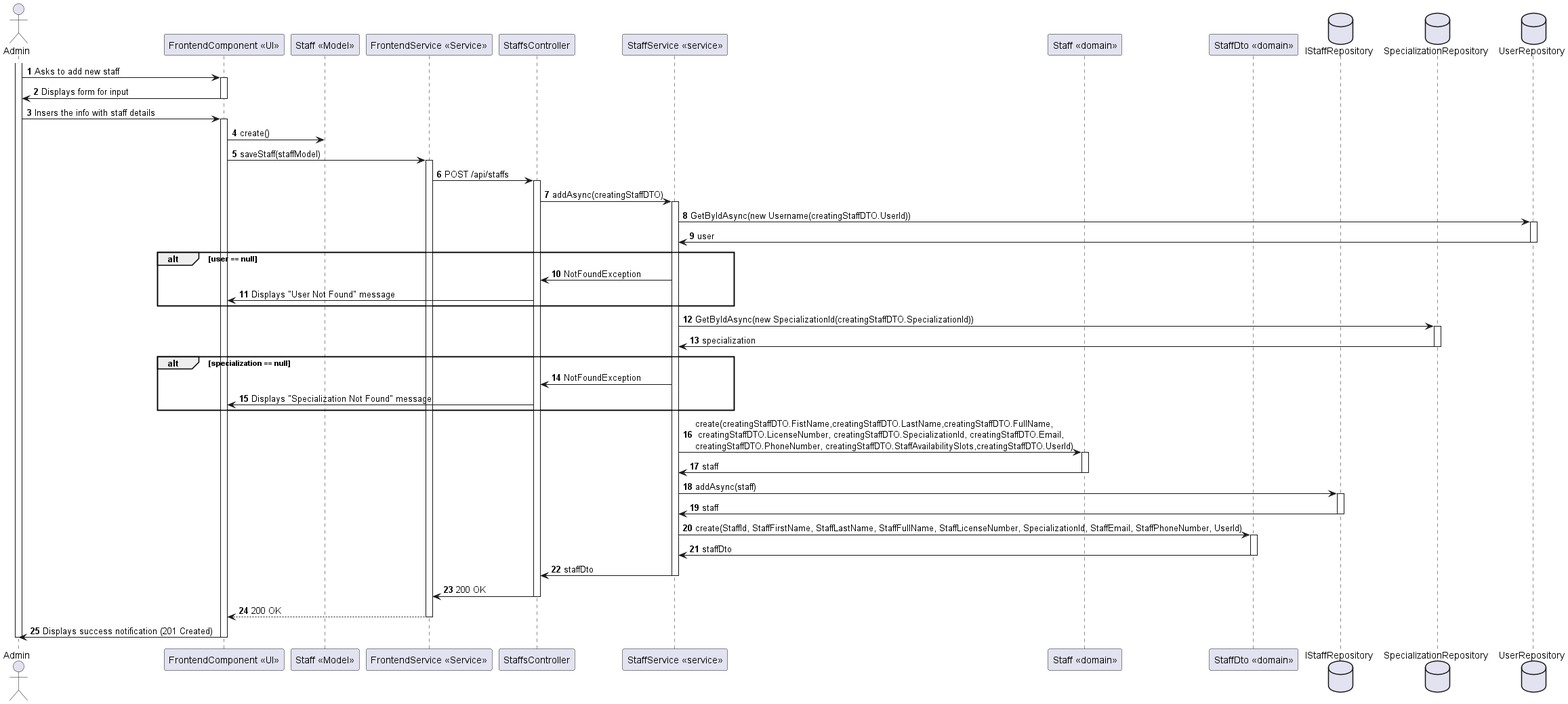
Earlier version of the PlantUML export docs/StaffProfileCreate/views/level3/process-view2.png (Lapr5G21/sem5pi-24-25-3ddg21). Its diagram source:
```plantuml
@startuml
autonumber
actor Admin as "Admin"
participant Frontend as "FrontendComponent <<UI>>"
participant StaffModel as "Staff <<Model>>"
participant FrontendService as "FrontendService <<Service>>"
participant CTRL as "StaffsController"
participant SERVICE as "StaffService <<service>>"
participant Staff as "Staff <<domain>>"
participant StaffDTO as "StaffDto <<domain>>"
database UserRepository as "UserRepository"
database SpecializationRepository as "SpecializationRepository"
database IStaffRepository as "IStaffRepository"
database SpecializationRepository as "SpecializationRepository"
database UserRepository as "UserRepository"

activate Admin

Admin -> Frontend : Asks to add new staff

activate Frontend
Frontend -> Admin : Displays form for input
deactivate Frontend

Admin -> Frontend : Insers the info with staff details

activate Frontend

Frontend ->  StaffModel : create()

Frontend -> FrontendService : saveStaff(staffModel)

activate FrontendService
FrontendService -> CTRL : POST /api/staffs

activate CTRL

CTRL -> SERVICE : addAsync(creatingStaffDTO)
activate SERVICE

SERVICE -> UserRepository : GetByIdAsync(new Username(creatingStaffDTO.UserId))

activate UserRepository

UserRepository -> SERVICE : user

deactivate UserRepository

alt user == null

SERVICE -> CTRL : NotFoundException

CTRL -> Frontend : Displays "User Not Found" message
end alt


SERVICE -> SpecializationRepository : GetByIdAsync(new SpecializationId(creatingStaffDTO.SpecializationId))

activate SpecializationRepository

SpecializationRepository -> SERVICE : specialization

deactivate SpecializationRepository
alt specialization == null

SERVICE -> CTRL : NotFoundException

CTRL -> Frontend : Displays "Specialization Not Found" message

end alt

deactivate SpecializationRepository

SERVICE -> Staff : create(creatingStaffDTO.FistName,creatingStaffDTO.LastName,creatingStaffDTO.FullName,\n creatingStaffDTO.LicenseNumber, creatingStaffDTO.SpecializationId, creatingStaffDTO.Email,\ncreatingStaffDTO.PhoneNumber, creatingStaffDTO.StaffAvailabilitySlots,creatingStaffDTO.UserId)

activate Staff

Staff -> SERVICE : staff
deactivate Staff

SERVICE -> IStaffRepository : addAsync(staff)

activate IStaffRepository

IStaffRepository -> SERVICE : staff
deactivate IStaffRepository

SERVICE -> StaffDTO : create(StaffId, StaffFirstName, StaffLastName, StaffFullName, StaffLicenseNumber, SpecializationId, StaffEmail, StaffPhoneNumber, UserId)

activate StaffDTO

StaffDTO -> SERVICE : staffDto
deactivate StaffDTO

SERVICE -> CTRL : staffDto
deactivate SERVICE

CTRL -> FrontendService : 200 OK
deactivate CTRL

FrontendService --> Frontend : 200 OK
deactivate FrontendService
Frontend -> Admin : Displays success notification (201 Created)
deactivate Admin
deactivate Frontend
@enduml
```
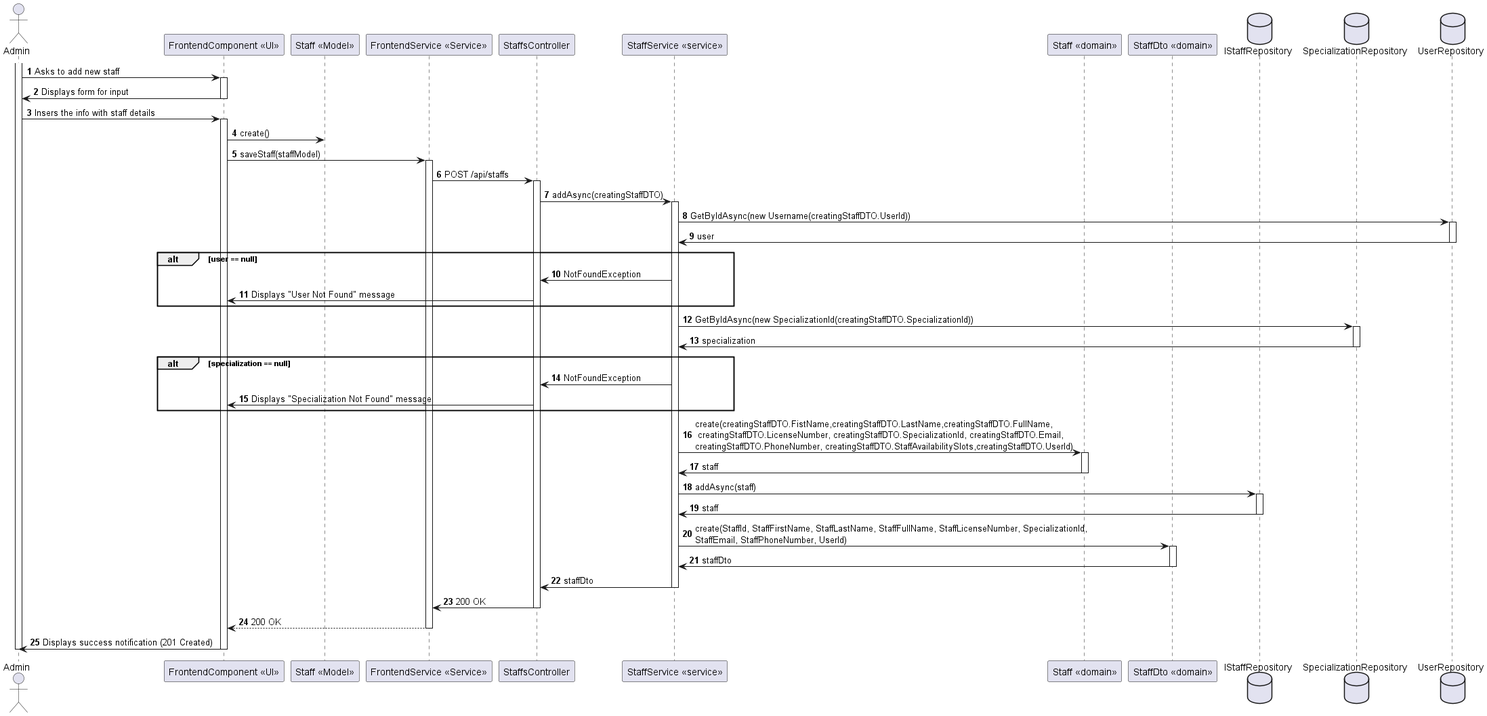
After the change.

Diff of the diagram source:
```diff
@@ -9,7 +9,6 @@
 participant Staff as "Staff <<domain>>"
 participant StaffDTO as "StaffDto <<domain>>"
 database UserRepository as "UserRepository"
-database SpecializationRepository as "SpecializationRepository"
 database IStaffRepository as "IStaffRepository"
 database SpecializationRepository as "SpecializationRepository"
 database UserRepository as "UserRepository"
@@ -85,7 +84,7 @@
 IStaffRepository -> SERVICE : staff
 deactivate IStaffRepository
 
-SERVICE -> StaffDTO : create(StaffId, StaffFirstName, StaffLastName, StaffFullName, StaffLicenseNumber, SpecializationId, StaffEmail, StaffPhoneNumber, UserId)
+SERVICE -> StaffDTO : create(StaffId, StaffFirstName, StaffLastName, StaffFullName, StaffLicenseNumber, SpecializationId, \nStaffEmail, StaffPhoneNumber, UserId)
 
 activate StaffDTO
 
```
